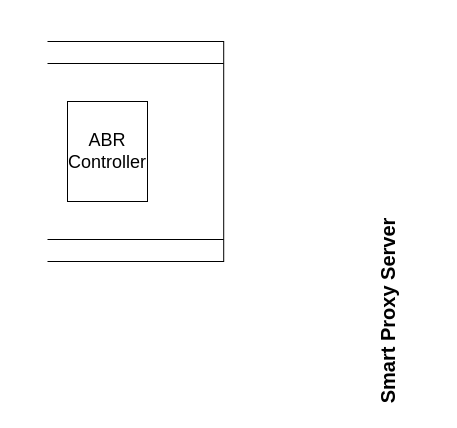
This is 04.Extension-Seminar-2/img/AbrServer.drawio from abhimp/PhDRelated, a draw.io file, before an edit. Source tidied: cells renumbered, new cells numbered last; positions are measured from the earlier drawing's top-left corner, leaving out a move shared by most shapes. Both pictures are drawn from the tidied source at 100%, with x=0, y=0 at pixel (20, 40).
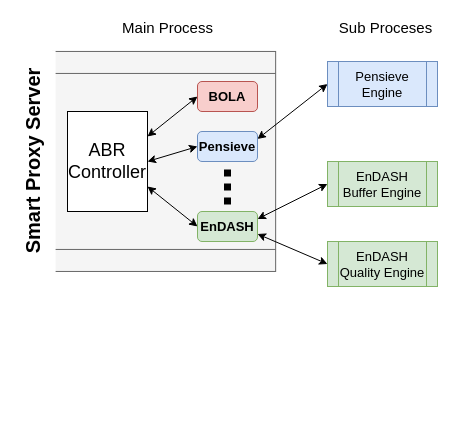
After the change.

Diff of the diagram source:
```diff
@@
-    <mxCell id="2" style="shape=process;whiteSpace=wrap;html=1;backgroundOutline=1;rotation=90;" parent="1" vertex="1">
-      <mxGeometry x="0.1" y="17.9" width="220" height="186.2" as="geometry" />
-    </mxCell>
-    <mxCell id="3" style="rounded=0;whiteSpace=wrap;html=1;strokeColor=none;" parent="1" vertex="1">
-      <mxGeometry x="7" width="20" height="222" as="geometry" />
-    </mxCell>
+    <mxCell id="6" style="shape=process;whiteSpace=wrap;html=1;backgroundOutline=1;rotation=90;fillColor=#f5f5f5;strokeColor=#666666;fontColor=#333333;" parent="1" vertex="1">
+      <mxGeometry x="33.6" y="9.4" width="220" height="223.1" as="geometry" />
+    </mxCell>
+    <mxCell id="7" style="rounded=0;whiteSpace=wrap;html=1;strokeColor=none;" parent="1" vertex="1">
+      <mxGeometry x="15.1" y="10" width="20" height="222" as="geometry" />
+    </mxCell>
-    <mxCell id="4" value="Smart Proxy Server" style="text;html=1;align=center;verticalAlign=middle;fontSize=20;fontStyle=1;rotation=-90;" parent="1" vertex="1">
-      <mxGeometry x="267" y="256" width="200" height="30" as="geometry" />
+    <mxCell id="4" value="Smart Proxy Server" style="text;html=1;align=center;verticalAlign=middle;fontSize=20;fontStyle=1;rotation=-90;fillColor=#ffffff;" parent="1" vertex="1">
+      <mxGeometry x="-88" y="106" width="200" height="30" as="geometry" />
     </mxCell>
+    <mxCell id="8" parent="0" />
+    <mxCell id="9" style="rounded=0;jettySize=auto;html=1;exitX=1;exitY=0.25;exitDx=0;exitDy=0;entryX=0;entryY=0.5;entryDx=0;entryDy=0;fontSize=13;strokeWidth=1;startArrow=classic;startFill=1;" parent="8" edge="1" source="5" target="12">
+      <mxGeometry relative="1" as="geometry" />
+    </mxCell>
+    <mxCell id="10" style="edgeStyle=none;rounded=0;jettySize=auto;html=1;exitX=1;exitY=0.5;exitDx=0;exitDy=0;entryX=0;entryY=0.5;entryDx=0;entryDy=0;fontSize=13;strokeWidth=1;startArrow=classic;startFill=1;" parent="8" edge="1" source="5" target="14">
+      <mxGeometry relative="1" as="geometry" />
+    </mxCell>
+    <mxCell id="11" style="edgeStyle=none;rounded=0;jettySize=auto;html=1;exitX=1;exitY=0.75;exitDx=0;exitDy=0;entryX=0;entryY=0.5;entryDx=0;entryDy=0;fontSize=13;strokeWidth=1;startArrow=classic;startFill=1;" parent="8" edge="1" source="5" target="17">
+      <mxGeometry relative="1" as="geometry" />
+    </mxCell>
-    <mxCell id="5" value="ABR&lt;br style=&quot;font-size: 18px;&quot;&gt;Controller" style="rounded=0;whiteSpace=wrap;html=1;fontSize=18;fontStyle=0;" parent="1" vertex="1">
-      <mxGeometry x="47" y="61" width="80" height="100" as="geometry" />
+    <mxCell id="5" value="ABR&lt;br style=&quot;font-size: 18px;&quot;&gt;Controller" style="rounded=0;whiteSpace=wrap;html=1;fontSize=18;fontStyle=0;" parent="8" vertex="1">
+      <mxGeometry x="47" y="71" width="80" height="100" as="geometry" />
     </mxCell>
+    <mxCell id="12" value="BOLA" style="rounded=1;whiteSpace=wrap;html=1;fillColor=#f8cecc;fontSize=13;fontStyle=1;strokeColor=#b85450;" parent="8" vertex="1">
+      <mxGeometry x="177" y="41" width="60" height="30" as="geometry" />
+    </mxCell>
+    <mxCell id="13" style="edgeStyle=none;rounded=0;jettySize=auto;html=1;exitX=1;exitY=0.25;exitDx=0;exitDy=0;entryX=0;entryY=0.5;entryDx=0;entryDy=0;strokeWidth=1;fontSize=13;startArrow=classic;startFill=1;" parent="8" edge="1" source="14" target="19">
+      <mxGeometry relative="1" as="geometry" />
+    </mxCell>
+    <mxCell id="14" value="Pensieve" style="rounded=1;whiteSpace=wrap;html=1;fillColor=#dae8fc;fontSize=13;fontStyle=1;strokeColor=#6c8ebf;" parent="8" vertex="1">
+      <mxGeometry x="177" y="91" width="60" height="30" as="geometry" />
+    </mxCell>
+    <mxCell id="15" style="edgeStyle=none;rounded=0;jettySize=auto;html=1;exitX=1;exitY=0.25;exitDx=0;exitDy=0;entryX=0;entryY=0.5;entryDx=0;entryDy=0;strokeWidth=1;fontSize=13;startArrow=classic;startFill=1;" parent="8" edge="1" source="17" target="20">
+      <mxGeometry relative="1" as="geometry" />
+    </mxCell>
+    <mxCell id="16" style="edgeStyle=none;rounded=0;jettySize=auto;html=1;exitX=1;exitY=0.75;exitDx=0;exitDy=0;entryX=0;entryY=0.5;entryDx=0;entryDy=0;strokeWidth=1;fontSize=13;startArrow=classic;startFill=1;" parent="8" edge="1" source="17" target="21">
+      <mxGeometry relative="1" as="geometry" />
+    </mxCell>
+    <mxCell id="17" value="EnDASH" style="rounded=1;whiteSpace=wrap;html=1;fillColor=#d5e8d4;fontSize=13;fontStyle=1;strokeColor=#82b366;" parent="8" vertex="1">
+      <mxGeometry x="177" y="171" width="60" height="30" as="geometry" />
+    </mxCell>
+    <mxCell id="18" style="endArrow=none;dashed=1;html=1;fontSize=13;strokeWidth=7;dashPattern=1 1;" parent="8" edge="1">
+      <mxGeometry relative="1" as="geometry">
+        <mxPoint x="207" y="164" as="sourcePoint" />
+        <mxPoint x="207" y="124" as="targetPoint" />
+      </mxGeometry>
+    </mxCell>
+    <mxCell id="19" value="Pensieve Engine" style="shape=process;whiteSpace=wrap;html=1;backgroundOutline=1;fillColor=#dae8fc;fontSize=13;strokeColor=#6c8ebf;" parent="8" vertex="1">
+      <mxGeometry x="307" y="21" width="110" height="45" as="geometry" />
+    </mxCell>
+    <mxCell id="20" value="EnDASH&lt;br&gt;Buffer Engine" style="shape=process;whiteSpace=wrap;html=1;backgroundOutline=1;fillColor=#d5e8d4;fontSize=13;strokeColor=#82b366;" parent="8" vertex="1">
+      <mxGeometry x="307" y="121" width="110" height="45" as="geometry" />
+    </mxCell>
+    <mxCell id="21" value="EnDASH&lt;br&gt;Quality Engine" style="shape=process;whiteSpace=wrap;html=1;backgroundOutline=1;fillColor=#d5e8d4;fontSize=13;strokeColor=#82b366;" parent="8" vertex="1">
+      <mxGeometry x="307" y="201" width="110" height="45" as="geometry" />
+    </mxCell>
+    <mxCell id="22" value="Sub Proceses" style="text;html=1;align=center;verticalAlign=middle;fontSize=15;" parent="8" vertex="1">
+      <mxGeometry x="310" y="-23" width="110" height="20" as="geometry" />
+    </mxCell>
+    <mxCell id="23" value="&lt;div&gt;Main Process&lt;/div&gt;" style="text;html=1;align=center;verticalAlign=middle;fontSize=15;" parent="8" vertex="1">
+      <mxGeometry x="97" y="-23" width="100" height="20" as="geometry" />
+    </mxCell>
```
